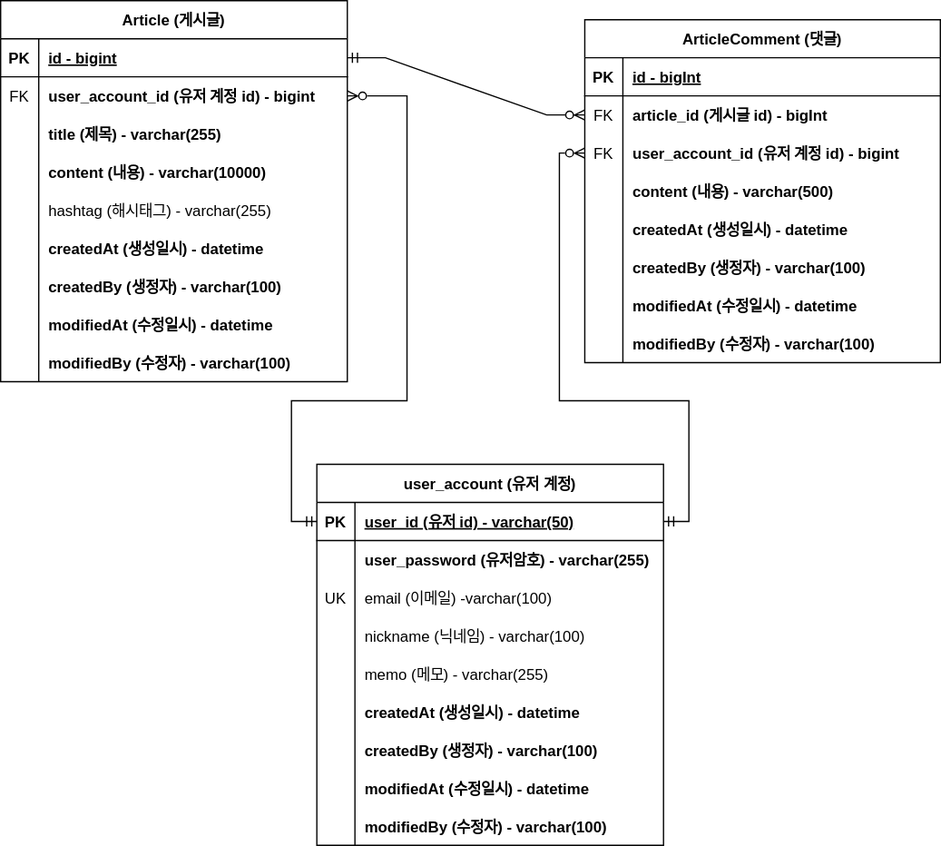
Before: document/project-board-erd.svg, a diagram exported from draw.io (k1064190/fastcampus-project-board). Source tidied: cells renumbered, new cells last; positions are measured from the earlier drawing's top-left corner, leaving out a move shared by most shapes.
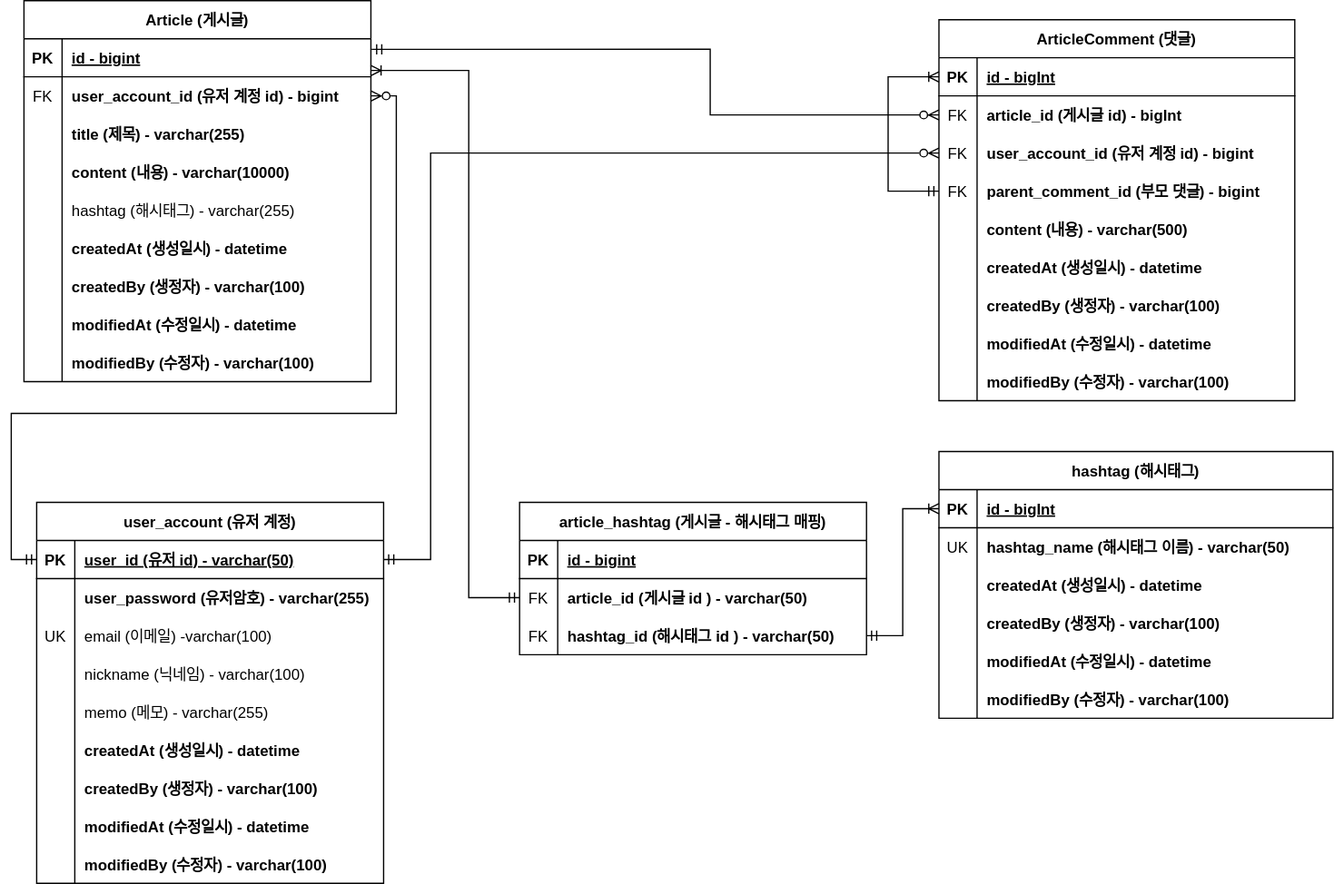
After the commit.

Commit message:
#47 - project-board-erd.svg 업데이트: 대댓글, 해시태그

Change to the diagram source:
```diff
@@ -87,7 +87,7 @@
       <mxGeometry x="30" width="243" height="30" as="geometry" />
     </mxCell>
     <mxCell id="30" value="ArticleComment (댓글)" style="shape=table;startSize=30;rowLines=0;fontStyle=1;align=center;" parent="1" vertex="1">
-      <mxGeometry x="460" y="15" width="280" height="270" as="geometry" />
+      <mxGeometry x="720" y="15" width="280" height="300" as="geometry" />
     </mxCell>
     <mxCell id="31" style="shape=tableRow;horizontal=0;startSize=0;swimlaneHead=0;swimlaneBody=0;fillColor=none;points=[[0,0.5],[1,0.5]];portConstraint=eastwest;top=0;left=0;right=0;bottom=1;" parent="30" vertex="1">
       <mxGeometry y="30" width="280" height="30" as="geometry" />
@@ -116,8 +116,17 @@
     <mxCell id="39" value="user_account_id (유저 계정 id) - bigint" style="shape=partialRectangle;fillColor=none;top=0;left=0;bottom=0;right=0;align=left;spacingLeft=6;overflow=hidden;fontStyle=1;" parent="37" vertex="1">
       <mxGeometry x="30" width="250" height="30" as="geometry" />
     </mxCell>
+    <mxCell id="86" style="shape=tableRow;horizontal=0;startSize=0;swimlaneHead=0;swimlaneBody=0;fillColor=none;points=[[0,0.5],[1,0.5]];portConstraint=eastwest;top=0;left=0;right=0;bottom=0;" parent="30" vertex="1">
+      <mxGeometry y="120" width="280" height="30" as="geometry" />
+    </mxCell>
+    <mxCell id="87" value="FK" style="shape=partialRectangle;fillColor=none;top=0;left=0;bottom=0;right=0;overflow=hidden;" parent="86" vertex="1">
+      <mxGeometry width="30" height="30" as="geometry" />
+    </mxCell>
+    <mxCell id="88" value="parent_comment_id (부모 댓글) - bigint" style="shape=partialRectangle;fillColor=none;top=0;left=0;bottom=0;right=0;align=left;spacingLeft=6;overflow=hidden;fontStyle=1;" parent="86" vertex="1">
+      <mxGeometry x="30" width="250" height="30" as="geometry" />
+    </mxCell>
     <mxCell id="40" style="shape=tableRow;horizontal=0;startSize=0;swimlaneHead=0;swimlaneBody=0;fillColor=none;top=0;left=0;right=0;bottom=0;" parent="30" vertex="1">
-      <mxGeometry y="120" width="280" height="30" as="geometry" />
+      <mxGeometry y="150" width="280" height="30" as="geometry" />
     </mxCell>
     <mxCell id="41" style="shape=partialRectangle;fillColor=none;top=0;left=0;bottom=0;right=0;overflow=hidden;" parent="40" vertex="1">
       <mxGeometry width="30" height="30" as="geometry" />
@@ -126,7 +135,7 @@
       <mxGeometry x="30" width="250" height="30" as="geometry" />
     </mxCell>
     <mxCell id="43" style="shape=tableRow;horizontal=0;startSize=0;swimlaneHead=0;swimlaneBody=0;fillColor=none;top=0;left=0;right=0;bottom=0;" parent="30" vertex="1">
-      <mxGeometry y="150" width="280" height="30" as="geometry" />
+      <mxGeometry y="180" width="280" height="30" as="geometry" />
     </mxCell>
     <mxCell id="44" style="shape=partialRectangle;fillColor=none;top=0;left=0;bottom=0;right=0;overflow=hidden;" parent="43" vertex="1">
       <mxGeometry width="30" height="30" as="geometry" />
@@ -135,7 +144,7 @@
       <mxGeometry x="30" width="250" height="30" as="geometry" />
     </mxCell>
     <mxCell id="46" style="shape=tableRow;horizontal=0;startSize=0;swimlaneHead=0;swimlaneBody=0;fillColor=none;top=0;left=0;right=0;bottom=0;" parent="30" vertex="1">
-      <mxGeometry y="180" width="280" height="30" as="geometry" />
+      <mxGeometry y="210" width="280" height="30" as="geometry" />
     </mxCell>
     <mxCell id="47" style="shape=partialRectangle;fillColor=none;top=0;left=0;bottom=0;right=0;overflow=hidden;" parent="46" vertex="1">
       <mxGeometry width="30" height="30" as="geometry" />
@@ -144,7 +153,7 @@
       <mxGeometry x="30" width="250" height="30" as="geometry" />
     </mxCell>
     <mxCell id="49" style="shape=tableRow;horizontal=0;startSize=0;swimlaneHead=0;swimlaneBody=0;fillColor=none;top=0;left=0;right=0;bottom=0;" parent="30" vertex="1">
-      <mxGeometry y="210" width="280" height="30" as="geometry" />
+      <mxGeometry y="240" width="280" height="30" as="geometry" />
     </mxCell>
     <mxCell id="50" style="shape=partialRectangle;fillColor=none;top=0;left=0;bottom=0;right=0;overflow=hidden;" parent="49" vertex="1">
       <mxGeometry width="30" height="30" as="geometry" />
@@ -153,7 +162,7 @@
       <mxGeometry x="30" width="250" height="30" as="geometry" />
     </mxCell>
     <mxCell id="52" style="shape=tableRow;horizontal=0;startSize=0;swimlaneHead=0;swimlaneBody=0;fillColor=none;top=0;left=0;right=0;bottom=0;" parent="30" vertex="1">
-      <mxGeometry y="240" width="280" height="30" as="geometry" />
+      <mxGeometry y="270" width="280" height="30" as="geometry" />
     </mxCell>
     <mxCell id="53" style="shape=partialRectangle;fillColor=none;top=0;left=0;bottom=0;right=0;overflow=hidden;" parent="52" vertex="1">
       <mxGeometry width="30" height="30" as="geometry" />
@@ -161,11 +170,24 @@
     <mxCell id="54" value="modifiedBy (수정자) - varchar(100)" style="shape=partialRectangle;fillColor=none;top=0;left=0;bottom=0;right=0;align=left;spacingLeft=6;overflow=hidden;fontStyle=1;" parent="52" vertex="1">
       <mxGeometry x="30" width="250" height="30" as="geometry" />
     </mxCell>
-    <mxCell id="55" style="edgeStyle=entityRelationEdgeStyle;fontSize=12;html=1;endArrow=ERzeroToMany;startArrow=ERmandOne;rounded=0;exitX=1;exitY=0.5;exitDx=0;exitDy=0;entryX=0;entryY=0.5;entryDx=0;entryDy=0;" parent="1" edge="1" source="3" target="34">
-      <mxGeometry relative="1" as="geometry" />
+    <mxCell id="55" style="edgeStyle=orthogonalEdgeStyle;fontSize=12;html=1;endArrow=ERzeroToMany;startArrow=ERmandOne;rounded=0;exitX=1.002;exitY=0.278;exitDx=0;exitDy=0;entryX=0;entryY=0.5;entryDx=0;entryDy=0;exitPerimeter=0;" parent="1" edge="1" source="3" target="34">
+      <mxGeometry relative="1" as="geometry">
+        <Array as="points">
+          <mxPoint x="540" y="38" />
+          <mxPoint x="540" y="90" />
+        </Array>
+      </mxGeometry>
     </mxCell>
+    <mxCell id="89" style="edgeStyle=orthogonalEdgeStyle;rounded=0;jettySize=auto;html=1;entryX=0;entryY=0.5;entryDx=0;entryDy=0;startArrow=ERmandOne;startFill=0;endArrow=ERoneToMany;endFill=0;" parent="1" edge="1" source="86" target="31">
+      <mxGeometry relative="1" as="geometry">
+        <Array as="points">
+          <mxPoint x="680" y="150" />
+          <mxPoint x="680" y="60" />
+        </Array>
+      </mxGeometry>
+    </mxCell>
     <mxCell id="56" value="user_account (유저 계정)" style="shape=table;startSize=30;rowLines=0;fontStyle=1;align=center;" parent="1" vertex="1">
-      <mxGeometry x="249" y="365" width="273" height="300" as="geometry" />
+      <mxGeometry x="10" y="395" width="273" height="300" as="geometry" />
     </mxCell>
     <mxCell id="57" style="shape=tableRow;horizontal=0;startSize=0;swimlaneHead=0;swimlaneBody=0;fillColor=none;points=[[0,0.5],[1,0.5]];portConstraint=eastwest;top=0;left=0;right=0;bottom=1;" parent="56" vertex="1">
       <mxGeometry y="30" width="273" height="30" as="geometry" />
@@ -248,25 +270,121 @@
     <mxCell id="83" value="modifiedBy (수정자) - varchar(100)" style="shape=partialRectangle;fillColor=none;top=0;left=0;bottom=0;right=0;align=left;spacingLeft=6;overflow=hidden;fontStyle=1;" parent="81" vertex="1">
       <mxGeometry x="30" width="243" height="30" as="geometry" />
     </mxCell>
+    <mxCell id="90" value="article_hashtag (게시글 - 해시태그 매핑)" style="shape=table;startSize=30;rowLines=0;fontStyle=1;align=center;" parent="1" vertex="1">
+      <mxGeometry x="390" y="395" width="273" height="120" as="geometry" />
+    </mxCell>
+    <mxCell id="91" style="shape=tableRow;horizontal=0;startSize=0;swimlaneHead=0;swimlaneBody=0;fillColor=none;top=0;left=0;right=0;bottom=1;" parent="90" vertex="1">
+      <mxGeometry y="30" width="273" height="30" as="geometry" />
+    </mxCell>
+    <mxCell id="92" value="PK" style="shape=partialRectangle;fillColor=none;top=0;left=0;bottom=0;right=0;fontStyle=1;overflow=hidden;" parent="91" vertex="1">
+      <mxGeometry width="30" height="30" as="geometry" />
+    </mxCell>
+    <mxCell id="93" value="id - bigint" style="shape=partialRectangle;fillColor=none;top=0;left=0;bottom=0;right=0;align=left;spacingLeft=6;fontStyle=5;overflow=hidden;" parent="91" vertex="1">
+      <mxGeometry x="30" width="243" height="30" as="geometry" />
+    </mxCell>
+    <mxCell id="94" style="shape=tableRow;horizontal=0;startSize=0;swimlaneHead=0;swimlaneBody=0;fillColor=none;points=[[0,0.5],[1,0.5]];portConstraint=eastwest;top=0;left=0;right=0;bottom=0;" parent="90" vertex="1">
+      <mxGeometry y="60" width="273" height="30" as="geometry" />
+    </mxCell>
+    <mxCell id="95" value="FK" style="shape=partialRectangle;fillColor=none;top=0;left=0;bottom=0;right=0;overflow=hidden;" parent="94" vertex="1">
+      <mxGeometry width="30" height="30" as="geometry" />
+    </mxCell>
+    <mxCell id="96" value="article_id (게시글 id ) - varchar(50)" style="shape=partialRectangle;fillColor=none;top=0;left=0;bottom=0;right=0;align=left;spacingLeft=6;overflow=hidden;fontStyle=1;" parent="94" vertex="1">
+      <mxGeometry x="30" width="243" height="30" as="geometry" />
+    </mxCell>
+    <mxCell id="97" style="shape=tableRow;horizontal=0;startSize=0;swimlaneHead=0;swimlaneBody=0;fillColor=none;points=[[0,0.5],[1,0.5]];portConstraint=eastwest;top=0;left=0;right=0;bottom=0;fontStyle=0;" parent="90" vertex="1">
+      <mxGeometry y="90" width="273" height="30" as="geometry" />
+    </mxCell>
+    <mxCell id="98" value="FK" style="shape=partialRectangle;fillColor=none;top=0;left=0;bottom=0;right=0;overflow=hidden;" parent="97" vertex="1">
+      <mxGeometry width="30" height="30" as="geometry" />
+    </mxCell>
+    <mxCell id="99" value="hashtag_id (해시태그 id ) - varchar(50)" style="shape=partialRectangle;fillColor=none;top=0;left=0;bottom=0;right=0;align=left;spacingLeft=6;overflow=hidden;fontStyle=1;" parent="97" vertex="1">
+      <mxGeometry x="30" width="243" height="30" as="geometry" />
+    </mxCell>
+    <mxCell id="85" style="edgeStyle=orthogonalEdgeStyle;rounded=0;jettySize=auto;html=1;entryX=1;entryY=0.5;entryDx=0;entryDy=0;endArrow=ERmandOne;endFill=0;startArrow=ERzeroToMany;startFill=0;" parent="1" edge="1" source="37" target="57">
+      <mxGeometry relative="1" as="geometry">
+        <Array as="points">
+          <mxPoint x="320" y="120" />
+          <mxPoint x="320" y="440" />
+        </Array>
+      </mxGeometry>
+    </mxCell>
-    <mxCell id="84" style="edgeStyle=orthogonalEdgeStyle;rounded=0;jettySize=auto;html=1;endArrow=ERmandOne;endFill=0;startArrow=ERzeroToMany;startFill=0;entryX=0;entryY=0.5;entryDx=0;entryDy=0;" parent="1" edge="1" source="6" target="57">
+    <mxCell id="84" style="edgeStyle=orthogonalEdgeStyle;rounded=0;jettySize=auto;html=1;entryX=0;entryY=0.5;entryDx=0;entryDy=0;endArrow=ERmandOne;endFill=0;startArrow=ERzeroToMany;startFill=0;" parent="1" edge="1" source="6" target="57">
       <mxGeometry relative="1" as="geometry">
         <Array as="points">
-          <mxPoint x="320" y="75" />
-          <mxPoint x="320" y="315" />
-          <mxPoint x="229" y="315" />
-          <mxPoint x="229" y="410" />
+          <mxPoint x="293" y="75" />
+          <mxPoint x="293" y="325" />
+          <mxPoint x="-10" y="325" />
+          <mxPoint x="-10" y="440" />
         </Array>
       </mxGeometry>
     </mxCell>
-    <mxCell id="85" style="edgeStyle=orthogonalEdgeStyle;rounded=0;jettySize=auto;html=1;entryX=1;entryY=0.5;entryDx=0;entryDy=0;endArrow=ERmandOne;endFill=0;startArrow=ERzeroToMany;startFill=0;" parent="1" edge="1" source="37" target="57">
-      <mxGeometry relative="1" as="geometry">
-        <Array as="points">
-          <mxPoint x="440" y="120" />
-          <mxPoint x="440" y="315" />
-          <mxPoint x="542" y="315" />
-          <mxPoint x="542" y="410" />
-        </Array>
-      </mxGeometry>
-    </mxCell>
+    <mxCell id="100" style="edgeStyle=orthogonalEdgeStyle;rounded=0;jettySize=auto;html=1;entryX=0;entryY=0.5;entryDx=0;entryDy=0;startArrow=ERoneToMany;startFill=0;endArrow=ERmandOne;endFill=0;" parent="1" edge="1" source="3" target="94">
+      <mxGeometry relative="1" as="geometry">
+        <Array as="points">
+          <mxPoint x="350" y="55" />
+          <mxPoint x="350" y="470" />
+        </Array>
+      </mxGeometry>
+    </mxCell>
+    <mxCell id="101" value="hashtag (해시태그)" style="shape=table;startSize=30;rowLines=0;fontStyle=1;align=center;" parent="1" vertex="1">
+      <mxGeometry x="720" y="355" width="310" height="210" as="geometry" />
+    </mxCell>
+    <mxCell id="102" style="shape=tableRow;horizontal=0;startSize=0;swimlaneHead=0;swimlaneBody=0;fillColor=none;points=[[0,0.5],[1,0.5]];portConstraint=eastwest;top=0;left=0;right=0;bottom=1;" parent="101" vertex="1">
+      <mxGeometry y="30" width="310" height="30" as="geometry" />
+    </mxCell>
+    <mxCell id="103" value="PK" style="shape=partialRectangle;fillColor=none;top=0;left=0;bottom=0;right=0;fontStyle=1;overflow=hidden;" parent="102" vertex="1">
+      <mxGeometry width="30" height="30" as="geometry" />
+    </mxCell>
+    <mxCell id="104" value="id - bigInt" style="shape=partialRectangle;fillColor=none;top=0;left=0;bottom=0;right=0;align=left;spacingLeft=6;fontStyle=5;overflow=hidden;" parent="102" vertex="1">
+      <mxGeometry x="30" width="280" height="30" as="geometry" />
+    </mxCell>
+    <mxCell id="105" style="shape=tableRow;horizontal=0;startSize=0;swimlaneHead=0;swimlaneBody=0;fillColor=none;top=0;left=0;right=0;bottom=0;" parent="101" vertex="1">
+      <mxGeometry y="60" width="310" height="30" as="geometry" />
+    </mxCell>
+    <mxCell id="106" value="UK" style="shape=partialRectangle;fillColor=none;top=0;left=0;bottom=0;right=0;overflow=hidden;" parent="105" vertex="1">
+      <mxGeometry width="30" height="30" as="geometry" />
+    </mxCell>
+    <mxCell id="107" value="hashtag_name (해시태그 이름) - varchar(50)" style="shape=partialRectangle;fillColor=none;top=0;left=0;bottom=0;right=0;align=left;spacingLeft=6;overflow=hidden;fontStyle=1;" parent="105" vertex="1">
+      <mxGeometry x="30" width="280" height="30" as="geometry" />
+    </mxCell>
+    <mxCell id="108" style="shape=tableRow;horizontal=0;startSize=0;swimlaneHead=0;swimlaneBody=0;fillColor=none;top=0;left=0;right=0;bottom=0;" parent="101" vertex="1">
+      <mxGeometry y="90" width="310" height="30" as="geometry" />
+    </mxCell>
+    <mxCell id="109" style="shape=partialRectangle;fillColor=none;top=0;left=0;bottom=0;right=0;overflow=hidden;" parent="108" vertex="1">
+      <mxGeometry width="30" height="30" as="geometry" />
+    </mxCell>
+    <mxCell id="110" value="createdAt (생성일시) - datetime" style="shape=partialRectangle;fillColor=none;top=0;left=0;bottom=0;right=0;align=left;spacingLeft=6;overflow=hidden;fontStyle=1;" parent="108" vertex="1">
+      <mxGeometry x="30" width="280" height="30" as="geometry" />
+    </mxCell>
+    <mxCell id="111" style="shape=tableRow;horizontal=0;startSize=0;swimlaneHead=0;swimlaneBody=0;fillColor=none;top=0;left=0;right=0;bottom=0;" parent="101" vertex="1">
+      <mxGeometry y="120" width="310" height="30" as="geometry" />
+    </mxCell>
+    <mxCell id="112" style="shape=partialRectangle;fillColor=none;top=0;left=0;bottom=0;right=0;overflow=hidden;" parent="111" vertex="1">
+      <mxGeometry width="30" height="30" as="geometry" />
+    </mxCell>
+    <mxCell id="113" value="createdBy (생정자) - varchar(100)" style="shape=partialRectangle;fillColor=none;top=0;left=0;bottom=0;right=0;align=left;spacingLeft=6;overflow=hidden;fontStyle=1;" parent="111" vertex="1">
+      <mxGeometry x="30" width="280" height="30" as="geometry" />
+    </mxCell>
+    <mxCell id="114" style="shape=tableRow;horizontal=0;startSize=0;swimlaneHead=0;swimlaneBody=0;fillColor=none;top=0;left=0;right=0;bottom=0;" parent="101" vertex="1">
+      <mxGeometry y="150" width="310" height="30" as="geometry" />
+    </mxCell>
+    <mxCell id="115" style="shape=partialRectangle;fillColor=none;top=0;left=0;bottom=0;right=0;overflow=hidden;" parent="114" vertex="1">
+      <mxGeometry width="30" height="30" as="geometry" />
+    </mxCell>
+    <mxCell id="116" value="modifiedAt (수정일시) - datetime" style="shape=partialRectangle;fillColor=none;top=0;left=0;bottom=0;right=0;align=left;spacingLeft=6;overflow=hidden;fontStyle=1;" parent="114" vertex="1">
+      <mxGeometry x="30" width="280" height="30" as="geometry" />
+    </mxCell>
+    <mxCell id="117" style="shape=tableRow;horizontal=0;startSize=0;swimlaneHead=0;swimlaneBody=0;fillColor=none;top=0;left=0;right=0;bottom=0;" parent="101" vertex="1">
+      <mxGeometry y="180" width="310" height="30" as="geometry" />
+    </mxCell>
+    <mxCell id="118" style="shape=partialRectangle;fillColor=none;top=0;left=0;bottom=0;right=0;overflow=hidden;" parent="117" vertex="1">
+      <mxGeometry width="30" height="30" as="geometry" />
+    </mxCell>
+    <mxCell id="119" value="modifiedBy (수정자) - varchar(100)" style="shape=partialRectangle;fillColor=none;top=0;left=0;bottom=0;right=0;align=left;spacingLeft=6;overflow=hidden;fontStyle=1;" parent="117" vertex="1">
+      <mxGeometry x="30" width="280" height="30" as="geometry" />
+    </mxCell>
+    <mxCell id="120" style="edgeStyle=orthogonalEdgeStyle;rounded=0;jettySize=auto;html=1;entryX=0;entryY=0.5;entryDx=0;entryDy=0;startArrow=ERmandOne;startFill=0;endArrow=ERoneToMany;endFill=0;" parent="1" edge="1" source="97" target="102">
+      <mxGeometry relative="1" as="geometry" />
+    </mxCell>
   </root>
 </mxGraphModel>
```
